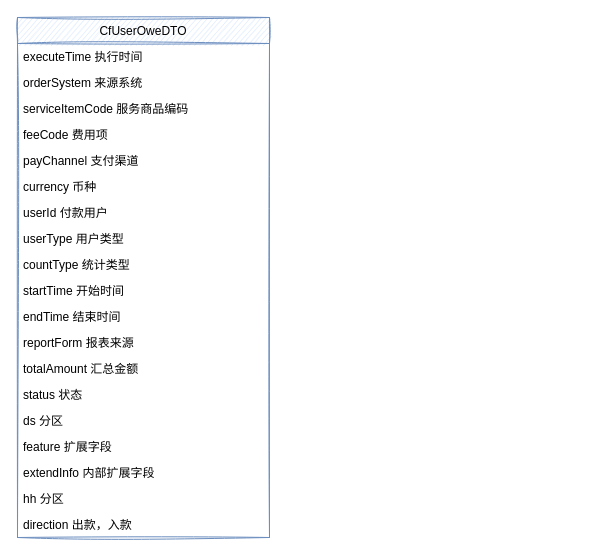
Lichit-bot/hello-computer keeps this draw.io diagram as page "欠费接口-cfApi" (4 of 4) of Untitled Diagram.drawio. Above is the earlier version. Source tidied: cells renumbered, new cells numbered last; positions are measured from the earlier drawing's top-left corner, leaving out a move shared by most shapes. Both pictures are drawn from the tidied source at 100%, with x=0, y=0 at pixel (17, 17).
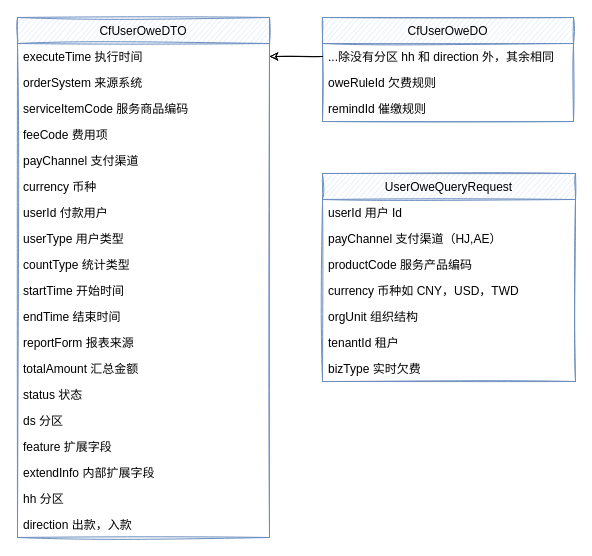
The same diagram, later.

Unchanged cells that the change refers to:
```xml
<mxCell id="3" value="executeTime 执行时间" style="text;strokeColor=none;fillColor=none;align=left;verticalAlign=top;spacingLeft=4;spacingRight=4;overflow=hidden;points=[[0,0.5],[1,0.5]];portConstraint=eastwest;" parent="2" vertex="1">
  <mxGeometry y="26" width="252" height="26" as="geometry" />
</mxCell>
```

What changed in the source:
```diff
@@
+    <mxCell id="22" value="CfUserOweDO" style="swimlane;fontStyle=0;horizontal=1;startSize=26;sketch=1;fillColor=#dae8fc;strokeColor=#6c8ebf;" parent="1" vertex="1">
+      <mxGeometry x="305" width="251" height="104" as="geometry" />
+    </mxCell>
+    <mxCell id="23" value="...除没有分区 hh 和 direction 外，其余相同" style="text;strokeColor=none;fillColor=none;align=left;verticalAlign=top;spacingLeft=4;spacingRight=4;overflow=hidden;points=[[0,0.5],[1,0.5]];portConstraint=eastwest;" parent="22" vertex="1">
+      <mxGeometry y="26" width="251" height="26" as="geometry" />
+    </mxCell>
+    <mxCell id="24" value="oweRuleId 欠费规则" style="text;strokeColor=none;fillColor=none;align=left;verticalAlign=top;spacingLeft=4;spacingRight=4;overflow=hidden;" parent="22" vertex="1">
+      <mxGeometry y="52" width="251" height="26" as="geometry" />
+    </mxCell>
+    <mxCell id="25" value="remindId 催缴规则" style="text;strokeColor=none;fillColor=none;align=left;verticalAlign=top;spacingLeft=4;spacingRight=4;overflow=hidden;" parent="22" vertex="1">
+      <mxGeometry y="78" width="251" height="26" as="geometry" />
+    </mxCell>
+    <mxCell id="26" style="edgeStyle=orthogonalEdgeStyle;rounded=0;jettySize=auto;html=1;exitX=0;exitY=0.5;exitDx=0;exitDy=0;entryX=1;entryY=0.5;entryDx=0;entryDy=0;sketch=1;" parent="1" edge="1" source="23" target="3">
+      <mxGeometry relative="1" as="geometry" />
+    </mxCell>
+    <mxCell id="27" value="UserOweQueryRequest" style="swimlane;fontStyle=0;horizontal=1;startSize=26;sketch=1;fillColor=#dae8fc;strokeColor=#6c8ebf;" parent="1" vertex="1">
+      <mxGeometry x="305" y="156" width="253" height="208" as="geometry" />
+    </mxCell>
+    <mxCell id="28" value="userId 用户 Id" style="text;strokeColor=none;fillColor=none;align=left;verticalAlign=top;spacingLeft=4;spacingRight=4;overflow=hidden;" parent="27" vertex="1">
+      <mxGeometry y="26" width="253" height="26" as="geometry" />
+    </mxCell>
+    <mxCell id="29" value="payChannel 支付渠道（HJ,AE）" style="text;strokeColor=none;fillColor=none;align=left;verticalAlign=top;spacingLeft=4;spacingRight=4;overflow=hidden;" parent="27" vertex="1">
+      <mxGeometry y="52" width="253" height="26" as="geometry" />
+    </mxCell>
+    <mxCell id="30" value="productCode 服务产品编码" style="text;strokeColor=none;fillColor=none;align=left;verticalAlign=top;spacingLeft=4;spacingRight=4;overflow=hidden;" parent="27" vertex="1">
+      <mxGeometry y="78" width="253" height="26" as="geometry" />
+    </mxCell>
+    <mxCell id="31" value="currency 币种如 CNY，USD，TWD" style="text;strokeColor=none;fillColor=none;align=left;verticalAlign=top;spacingLeft=4;spacingRight=4;overflow=hidden;" parent="27" vertex="1">
+      <mxGeometry y="104" width="253" height="26" as="geometry" />
+    </mxCell>
+    <mxCell id="32" value="orgUnit 组织结构" style="text;strokeColor=none;fillColor=none;align=left;verticalAlign=top;spacingLeft=4;spacingRight=4;overflow=hidden;" parent="27" vertex="1">
+      <mxGeometry y="130" width="253" height="26" as="geometry" />
+    </mxCell>
+    <mxCell id="33" value="tenantId 租户" style="text;strokeColor=none;fillColor=none;align=left;verticalAlign=top;spacingLeft=4;spacingRight=4;overflow=hidden;" parent="27" vertex="1">
+      <mxGeometry y="156" width="253" height="26" as="geometry" />
+    </mxCell>
+    <mxCell id="34" value="bizType 实时欠费" style="text;strokeColor=none;fillColor=none;align=left;verticalAlign=top;spacingLeft=4;spacingRight=4;overflow=hidden;" parent="27" vertex="1">
+      <mxGeometry y="182" width="253" height="26" as="geometry" />
+    </mxCell>
```
